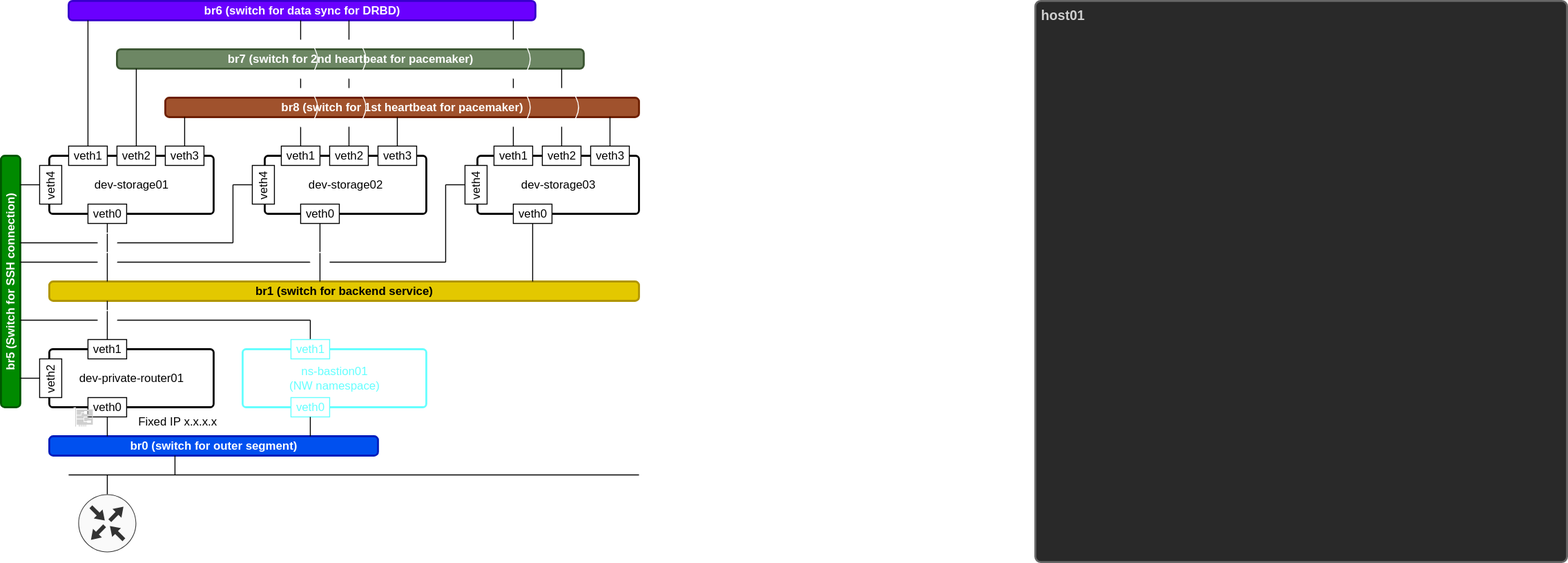
This is 16_DB/01_MariaDBCluster/DiagramDrawIO.drawio.svg from hobby-labs/note2, a draw.io export, as it was before one commit. Source tidied: cells renumbered, new cells last; positions are measured from the earlier drawing's top-left corner, leaving out a move shared by most shapes.
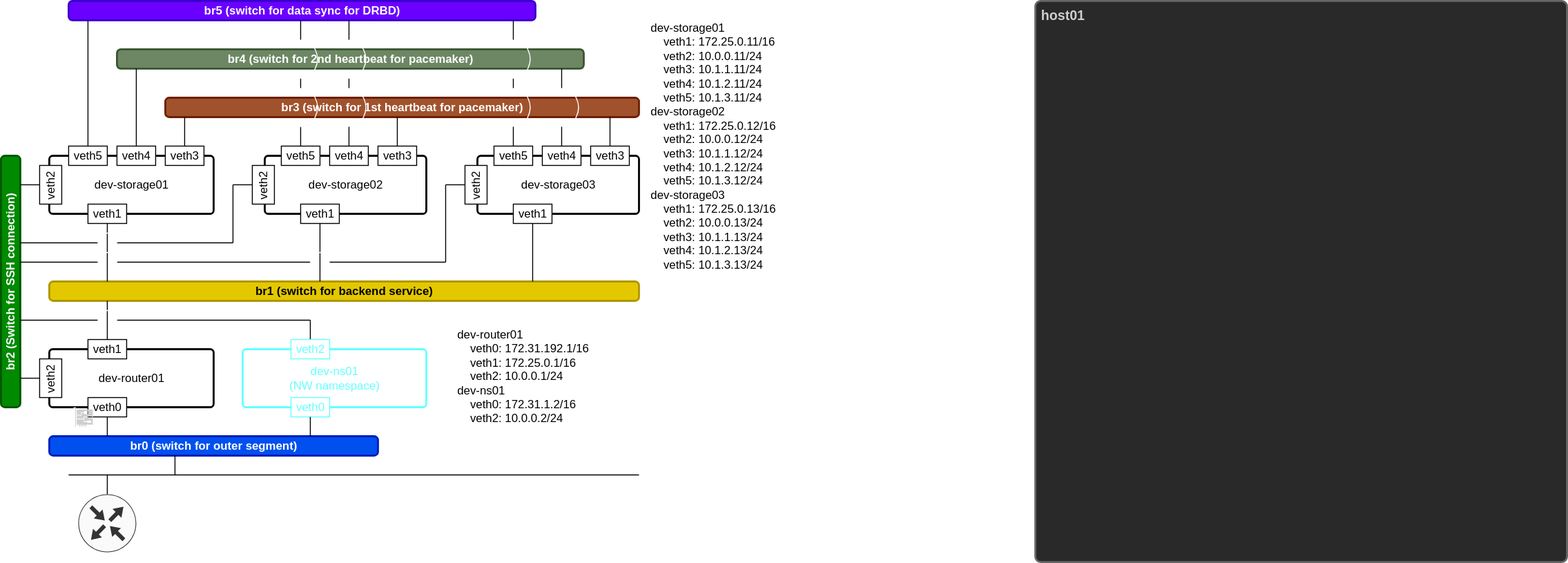
After the commit.

Change to the diagram source:
```diff
@@ -49,34 +49,31 @@
         <mxPoint x="110" y="290" as="sourcePoint" />
       </mxGeometry>
     </mxCell>
-    <mxCell id="12" value="&lt;div&gt;Fixed IP&amp;nbsp;&lt;span style=&quot;background-color: transparent; color: light-dark(rgb(0, 0, 0), rgb(255, 255, 255));&quot;&gt;x.x.x.x&lt;/span&gt;&lt;/div&gt;" style="text;html=1;align=left;verticalAlign=middle;strokeColor=none;fillColor=none;" parent="1" vertex="1">
-      <mxGeometry x="140" y="420" width="100" height="30" as="geometry" />
-    </mxCell>
-    <mxCell id="13" value="&lt;b&gt;br8 (switch for 1st heartbeat for pacemaker)&lt;/b&gt;" style="rounded=1;whiteSpace=wrap;html=1;strokeWidth=2;arcSize=20;fillColor=#a0522d;strokeColor=#6D1F00;fontColor=#ffffff;" parent="1" vertex="1">
+    <mxCell id="13" value="&lt;b&gt;br3 (switch for 1st heartbeat for pacemaker)&lt;/b&gt;" style="rounded=1;whiteSpace=wrap;html=1;strokeWidth=2;arcSize=20;fillColor=#a0522d;strokeColor=#6D1F00;fontColor=#ffffff;" parent="1" vertex="1">
       <mxGeometry x="170" y="100" width="490" height="20" as="geometry" />
     </mxCell>
-    <mxCell id="14" value="&lt;b&gt;br7 (switch for 2nd heartbeat for pacemaker)&lt;/b&gt;" style="rounded=1;whiteSpace=wrap;html=1;strokeWidth=2;arcSize=20;fillColor=#6d8764;strokeColor=#3A5431;fontColor=#ffffff;" parent="1" vertex="1">
+    <mxCell id="14" value="&lt;b&gt;br4 (switch for 2nd heartbeat for pacemaker)&lt;/b&gt;" style="rounded=1;whiteSpace=wrap;html=1;strokeWidth=2;arcSize=20;fillColor=#6d8764;strokeColor=#3A5431;fontColor=#ffffff;" parent="1" vertex="1">
       <mxGeometry x="120" y="50" width="482.9" height="20" as="geometry" />
     </mxCell>
-    <mxCell id="15" value="&lt;b&gt;br6 (switch for data sync for DRBD)&lt;/b&gt;" style="rounded=1;whiteSpace=wrap;html=1;strokeWidth=2;arcSize=20;fillColor=#6a00ff;strokeColor=#3700CC;fontColor=#ffffff;" parent="1" vertex="1">
+    <mxCell id="15" value="&lt;b&gt;br5 (switch for data sync for DRBD)&lt;/b&gt;" style="rounded=1;whiteSpace=wrap;html=1;strokeWidth=2;arcSize=20;fillColor=#6a00ff;strokeColor=#3700CC;fontColor=#ffffff;" parent="1" vertex="1">
       <mxGeometry x="70" width="482.9" height="20" as="geometry" />
     </mxCell>
     <mxCell id="16" value="dev-storage01" style="rounded=1;whiteSpace=wrap;html=1;strokeWidth=2;arcSize=6;" parent="1" vertex="1">
       <mxGeometry x="50" y="160" width="170" height="60" as="geometry" />
     </mxCell>
-    <mxCell id="17" value="veth0" style="rounded=0;whiteSpace=wrap;html=1;strokeWidth=1;" parent="1" vertex="1">
+    <mxCell id="17" value="veth1" style="rounded=0;whiteSpace=wrap;html=1;strokeWidth=1;" parent="1" vertex="1">
       <mxGeometry x="90" y="210" width="40" height="20" as="geometry" />
     </mxCell>
     <mxCell id="18" value="veth3" style="rounded=0;whiteSpace=wrap;html=1;strokeWidth=1;" parent="1" vertex="1">
       <mxGeometry x="170" y="150" width="40" height="20" as="geometry" />
     </mxCell>
-    <mxCell id="19" value="veth1" style="rounded=0;whiteSpace=wrap;html=1;strokeWidth=1;" parent="1" vertex="1">
+    <mxCell id="19" value="veth5" style="rounded=0;whiteSpace=wrap;html=1;strokeWidth=1;" parent="1" vertex="1">
       <mxGeometry x="70" y="150" width="40" height="20" as="geometry" />
     </mxCell>
-    <mxCell id="20" value="veth2" style="rounded=0;whiteSpace=wrap;html=1;strokeWidth=1;" parent="1" vertex="1">
+    <mxCell id="20" value="veth4" style="rounded=0;whiteSpace=wrap;html=1;strokeWidth=1;" parent="1" vertex="1">
       <mxGeometry x="120" y="150" width="40" height="20" as="geometry" />
     </mxCell>
-    <mxCell id="21" value="dev-private-router01" style="rounded=1;whiteSpace=wrap;html=1;strokeWidth=2;arcSize=6;" parent="1" vertex="1">
+    <mxCell id="21" value="dev-router01" style="rounded=1;whiteSpace=wrap;html=1;strokeWidth=2;arcSize=6;" parent="1" vertex="1">
       <mxGeometry x="50" y="360" width="170" height="60" as="geometry" />
     </mxCell>
     <mxCell id="22" value="veth0" style="rounded=0;whiteSpace=wrap;html=1;strokeWidth=1;" parent="1" vertex="1">
@@ -85,46 +82,46 @@
     <mxCell id="23" style="sketch=0;shadow=0;dashed=0;html=1;strokeColor=none;fillColor=#CFCFCF;labelPosition=center;verticalLabelPosition=bottom;verticalAlign=top;align=center;shape=mxgraph.office.devices.nic;" parent="1" vertex="1">
       <mxGeometry x="75" y="420" width="20" height="20" as="geometry" />
     </mxCell>
-    <mxCell id="24" value="&lt;font style=&quot;color: rgb(255, 255, 255);&quot;&gt;&lt;b&gt;br5&amp;nbsp;&lt;/b&gt;&lt;b style=&quot;background-color: transparent;&quot;&gt;(Switch for SSH connection)&lt;/b&gt;&lt;/font&gt;" style="rounded=1;whiteSpace=wrap;html=1;strokeWidth=2;arcSize=20;fillColor=#008a00;strokeColor=#005700;fontColor=#ffffff;horizontal=0;" parent="1" vertex="1">
+    <mxCell id="24" value="&lt;font style=&quot;color: rgb(255, 255, 255);&quot;&gt;&lt;b&gt;br2&amp;nbsp;&lt;/b&gt;&lt;b style=&quot;background-color: transparent;&quot;&gt;(Switch for SSH connection)&lt;/b&gt;&lt;/font&gt;" style="rounded=1;whiteSpace=wrap;html=1;strokeWidth=2;arcSize=20;fillColor=#008a00;strokeColor=#005700;fontColor=#ffffff;horizontal=0;" parent="1" vertex="1">
       <mxGeometry y="160" width="20" height="260" as="geometry" />
     </mxCell>
-    <mxCell id="25" value="veth4" style="rounded=0;whiteSpace=wrap;html=1;strokeWidth=1;horizontal=0;" parent="1" vertex="1">
+    <mxCell id="25" value="veth2" style="rounded=0;whiteSpace=wrap;html=1;strokeWidth=1;horizontal=0;" parent="1" vertex="1">
       <mxGeometry x="40" y="170" width="22.9" height="40" as="geometry" />
     </mxCell>
     <mxCell id="26" value="dev-storage02" style="rounded=1;whiteSpace=wrap;html=1;strokeWidth=2;arcSize=6;" parent="1" vertex="1">
       <mxGeometry x="272.9" y="160" width="167.1" height="60" as="geometry" />
     </mxCell>
-    <mxCell id="27" value="veth0" style="rounded=0;whiteSpace=wrap;html=1;strokeWidth=1;" parent="1" vertex="1">
+    <mxCell id="27" value="veth1" style="rounded=0;whiteSpace=wrap;html=1;strokeWidth=1;" parent="1" vertex="1">
       <mxGeometry x="310" y="210" width="40" height="20" as="geometry" />
     </mxCell>
     <mxCell id="28" value="veth3" style="rounded=0;whiteSpace=wrap;html=1;strokeWidth=1;" parent="1" vertex="1">
       <mxGeometry x="390" y="150" width="40" height="20" as="geometry" />
     </mxCell>
-    <mxCell id="29" value="veth1" style="rounded=0;whiteSpace=wrap;html=1;strokeWidth=1;" parent="1" vertex="1">
+    <mxCell id="29" value="veth5" style="rounded=0;whiteSpace=wrap;html=1;strokeWidth=1;" parent="1" vertex="1">
       <mxGeometry x="290" y="150" width="40" height="20" as="geometry" />
     </mxCell>
-    <mxCell id="30" value="veth2" style="rounded=0;whiteSpace=wrap;html=1;strokeWidth=1;" parent="1" vertex="1">
+    <mxCell id="30" value="veth4" style="rounded=0;whiteSpace=wrap;html=1;strokeWidth=1;" parent="1" vertex="1">
       <mxGeometry x="340" y="150" width="40" height="20" as="geometry" />
     </mxCell>
-    <mxCell id="31" value="veth4" style="rounded=0;whiteSpace=wrap;html=1;strokeWidth=1;horizontal=0;" parent="1" vertex="1">
+    <mxCell id="31" value="veth2" style="rounded=0;whiteSpace=wrap;html=1;strokeWidth=1;horizontal=0;" parent="1" vertex="1">
       <mxGeometry x="260" y="170" width="22.9" height="40" as="geometry" />
     </mxCell>
     <mxCell id="32" value="dev-storage03" style="rounded=1;whiteSpace=wrap;html=1;strokeWidth=2;arcSize=6;" parent="1" vertex="1">
       <mxGeometry x="492.9" y="160" width="167.1" height="60" as="geometry" />
     </mxCell>
-    <mxCell id="33" value="veth0" style="rounded=0;whiteSpace=wrap;html=1;strokeWidth=1;" parent="1" vertex="1">
+    <mxCell id="33" value="veth1" style="rounded=0;whiteSpace=wrap;html=1;strokeWidth=1;" parent="1" vertex="1">
       <mxGeometry x="530" y="210" width="40" height="20" as="geometry" />
     </mxCell>
     <mxCell id="34" value="veth3" style="rounded=0;whiteSpace=wrap;html=1;strokeWidth=1;" parent="1" vertex="1">
       <mxGeometry x="610" y="150" width="40" height="20" as="geometry" />
     </mxCell>
-    <mxCell id="35" value="veth1" style="rounded=0;whiteSpace=wrap;html=1;strokeWidth=1;" parent="1" vertex="1">
+    <mxCell id="35" value="veth5" style="rounded=0;whiteSpace=wrap;html=1;strokeWidth=1;" parent="1" vertex="1">
       <mxGeometry x="510" y="150" width="40" height="20" as="geometry" />
     </mxCell>
-    <mxCell id="36" value="veth2" style="rounded=0;whiteSpace=wrap;html=1;strokeWidth=1;" parent="1" vertex="1">
+    <mxCell id="36" value="veth4" style="rounded=0;whiteSpace=wrap;html=1;strokeWidth=1;" parent="1" vertex="1">
       <mxGeometry x="560" y="150" width="40" height="20" as="geometry" />
     </mxCell>
-    <mxCell id="37" value="veth4" style="rounded=0;whiteSpace=wrap;html=1;strokeWidth=1;horizontal=0;" parent="1" vertex="1">
+    <mxCell id="37" value="veth2" style="rounded=0;whiteSpace=wrap;html=1;strokeWidth=1;horizontal=0;" parent="1" vertex="1">
       <mxGeometry x="480" y="170" width="22.9" height="40" as="geometry" />
     </mxCell>
     <mxCell id="38" style="endArrow=none;html=1;" parent="1" edge="1">
@@ -395,7 +392,7 @@
         <mxPoint x="580" y="130" as="targetPoint" />
       </mxGeometry>
     </mxCell>
-    <mxCell id="75" value="&lt;div&gt;&lt;font style=&quot;color: rgb(102, 255, 255);&quot;&gt;ns-bastion01&lt;/font&gt;&lt;/div&gt;&lt;div&gt;&lt;font style=&quot;color: rgb(102, 255, 255);&quot;&gt;(NW namespace)&lt;/font&gt;&lt;/div&gt;" style="rounded=1;whiteSpace=wrap;html=1;strokeWidth=2;arcSize=6;strokeColor=#66FFFF;" parent="1" vertex="1">
+    <mxCell id="75" value="&lt;div&gt;&lt;font style=&quot;color: rgb(102, 255, 255);&quot;&gt;dev-ns01&lt;/font&gt;&lt;/div&gt;&lt;div&gt;&lt;font style=&quot;color: rgb(102, 255, 255);&quot;&gt;(NW namespace)&lt;/font&gt;&lt;/div&gt;" style="rounded=1;whiteSpace=wrap;html=1;strokeWidth=2;arcSize=6;strokeColor=#66FFFF;" parent="1" vertex="1">
       <mxGeometry x="250" y="360" width="190" height="60" as="geometry" />
     </mxCell>
     <mxCell id="76" style="endArrow=none;html=1;" parent="1" edge="1">
@@ -407,7 +404,7 @@
     <mxCell id="77" value="&lt;font style=&quot;color: rgb(102, 255, 255);&quot;&gt;veth0&lt;/font&gt;" style="rounded=0;whiteSpace=wrap;html=1;strokeWidth=1;strokeColor=#66FFFF;" parent="1" vertex="1">
       <mxGeometry x="300" y="410" width="40" height="20" as="geometry" />
     </mxCell>
-    <mxCell id="78" value="&lt;font style=&quot;color: rgb(102, 255, 255);&quot;&gt;veth1&lt;/font&gt;" style="rounded=0;whiteSpace=wrap;html=1;strokeWidth=1;strokeColor=#66FFFF;" parent="1" vertex="1">
+    <mxCell id="78" value="&lt;font style=&quot;color: rgb(102, 255, 255);&quot;&gt;veth2&lt;/font&gt;" style="rounded=0;whiteSpace=wrap;html=1;strokeWidth=1;strokeColor=#66FFFF;" parent="1" vertex="1">
       <mxGeometry x="300" y="350" width="40" height="20" as="geometry" />
     </mxCell>
     <mxCell id="79" style="endArrow=none;html=1;" parent="1" edge="1">
@@ -456,5 +453,11 @@
         <mxPoint x="40" y="390" as="targetPoint" />
       </mxGeometry>
     </mxCell>
+    <mxCell id="87" value="dev-router01&lt;div&gt;&amp;nbsp; &amp;nbsp; veth0:&amp;nbsp;172.31.192.1/16&lt;/div&gt;&lt;div&gt;&amp;nbsp; &amp;nbsp; veth1:&amp;nbsp;172.25.0.1/16&lt;/div&gt;&lt;div&gt;&amp;nbsp; &amp;nbsp; veth2:&amp;nbsp;10.0.0.1/24&lt;/div&gt;&lt;div&gt;dev-ns01&lt;/div&gt;&lt;div&gt;&lt;div&gt;&amp;nbsp; &amp;nbsp; veth0:&amp;nbsp;172.31.1.2/16&lt;/div&gt;&lt;div&gt;&amp;nbsp; &amp;nbsp; veth2:&amp;nbsp;&lt;span style=&quot;background-color: transparent; color: light-dark(rgb(0, 0, 0), rgb(255, 255, 255));&quot;&gt;10.0.0.2/24&lt;/span&gt;&lt;/div&gt;&lt;div&gt;&lt;br&gt;&lt;/div&gt;&lt;/div&gt;" style="text;html=1;whiteSpace=wrap;strokeColor=none;fillColor=none;align=left;verticalAlign=middle;rounded=0;" parent="1" vertex="1">
+      <mxGeometry x="470" y="340" width="140" height="110" as="geometry" />
+    </mxCell>
+    <mxCell id="88" value="&lt;div&gt;&lt;div&gt;dev-storage01&lt;/div&gt;&lt;/div&gt;&lt;div&gt;&amp;nbsp; &amp;nbsp; veth1:&amp;nbsp;172.25.0.11/16&lt;/div&gt;&lt;div&gt;&amp;nbsp; &amp;nbsp; veth2:&amp;nbsp;&lt;span style=&quot;background-color: transparent; color: light-dark(rgb(0, 0, 0), rgb(255, 255, 255));&quot;&gt;10.0.0.11/24&lt;/span&gt;&lt;/div&gt;&lt;div&gt;&lt;span style=&quot;background-color: transparent; color: light-dark(rgb(0, 0, 0), rgb(255, 255, 255));&quot;&gt;&amp;nbsp; &amp;nbsp; veth3:&amp;nbsp;&lt;/span&gt;&lt;span style=&quot;background-color: transparent;&quot;&gt;10.1.1.11/24&lt;/span&gt;&lt;/div&gt;&lt;div&gt;&lt;span style=&quot;background-color: transparent;&quot;&gt;&amp;nbsp; &amp;nbsp; veth4:&amp;nbsp;&lt;/span&gt;&lt;span style=&quot;background-color: transparent;&quot;&gt;10.1.2.11/24&lt;/span&gt;&lt;/div&gt;&lt;div&gt;&lt;span style=&quot;background-color: transparent;&quot;&gt;&amp;nbsp; &amp;nbsp; veth5:&amp;nbsp;&lt;/span&gt;&lt;span style=&quot;background-color: transparent;&quot;&gt;10.1.3.11/24&lt;/span&gt;&lt;/div&gt;&lt;div&gt;&lt;span style=&quot;background-color: transparent;&quot;&gt;dev-storage02&lt;/span&gt;&lt;/div&gt;&lt;div&gt;&lt;span style=&quot;background-color: transparent;&quot;&gt;&amp;nbsp; &amp;nbsp; veth1:&amp;nbsp;&lt;/span&gt;&lt;span style=&quot;background-color: transparent; color: light-dark(rgb(0, 0, 0), rgb(255, 255, 255));&quot;&gt;172.25.0.12/16&lt;/span&gt;&lt;/div&gt;&lt;div&gt;&lt;div&gt;&amp;nbsp; &amp;nbsp; veth2:&amp;nbsp;&lt;span style=&quot;background-color: transparent; color: light-dark(rgb(0, 0, 0), rgb(255, 255, 255));&quot;&gt;10.0.0.12/24&lt;/span&gt;&lt;/div&gt;&lt;div&gt;&lt;span style=&quot;background-color: transparent; color: light-dark(rgb(0, 0, 0), rgb(255, 255, 255));&quot;&gt;&amp;nbsp; &amp;nbsp; veth3:&amp;nbsp;&lt;/span&gt;&lt;span style=&quot;background-color: transparent;&quot;&gt;10.1.1.12/24&lt;/span&gt;&lt;/div&gt;&lt;div&gt;&lt;span style=&quot;background-color: transparent;&quot;&gt;&amp;nbsp; &amp;nbsp; veth4:&amp;nbsp;&lt;/span&gt;&lt;span style=&quot;background-color: transparent;&quot;&gt;10.1.2.12/24&lt;/span&gt;&lt;/div&gt;&lt;div&gt;&lt;span style=&quot;background-color: transparent;&quot;&gt;&amp;nbsp; &amp;nbsp; veth5:&amp;nbsp;&lt;/span&gt;&lt;span style=&quot;background-color: transparent;&quot;&gt;10.1.3.12/24&lt;/span&gt;&lt;/div&gt;&lt;/div&gt;&lt;div&gt;&lt;div&gt;&lt;span style=&quot;background-color: transparent;&quot;&gt;dev-storage03&lt;/span&gt;&lt;/div&gt;&lt;div&gt;&lt;span style=&quot;background-color: transparent;&quot;&gt;&amp;nbsp; &amp;nbsp; veth1:&amp;nbsp;&lt;/span&gt;&lt;span style=&quot;background-color: transparent; color: light-dark(rgb(0, 0, 0), rgb(255, 255, 255));&quot;&gt;172.25.0.13/16&lt;/span&gt;&lt;/div&gt;&lt;div&gt;&lt;div&gt;&amp;nbsp; &amp;nbsp; veth2:&amp;nbsp;&lt;span style=&quot;background-color: transparent; color: light-dark(rgb(0, 0, 0), rgb(255, 255, 255));&quot;&gt;10.0.0.13/24&lt;/span&gt;&lt;/div&gt;&lt;div&gt;&lt;span style=&quot;background-color: transparent; color: light-dark(rgb(0, 0, 0), rgb(255, 255, 255));&quot;&gt;&amp;nbsp; &amp;nbsp; veth3:&amp;nbsp;&lt;/span&gt;&lt;span style=&quot;background-color: transparent;&quot;&gt;10.1.1.13/24&lt;/span&gt;&lt;/div&gt;&lt;div&gt;&lt;span style=&quot;background-color: transparent;&quot;&gt;&amp;nbsp; &amp;nbsp; veth4:&amp;nbsp;&lt;/span&gt;&lt;span style=&quot;background-color: transparent;&quot;&gt;10.1.2.13/24&lt;/span&gt;&lt;/div&gt;&lt;div&gt;&lt;span style=&quot;background-color: transparent;&quot;&gt;&amp;nbsp; &amp;nbsp; veth5:&amp;nbsp;&lt;/span&gt;&lt;span style=&quot;background-color: transparent;&quot;&gt;10.1.3.13/24&lt;/span&gt;&lt;/div&gt;&lt;/div&gt;&lt;/div&gt;" style="text;html=1;whiteSpace=wrap;strokeColor=none;fillColor=none;align=left;verticalAlign=middle;rounded=0;" parent="1" vertex="1">
+      <mxGeometry x="670" y="20" width="140" height="260" as="geometry" />
+    </mxCell>
   </root>
 </mxGraphModel>
```
